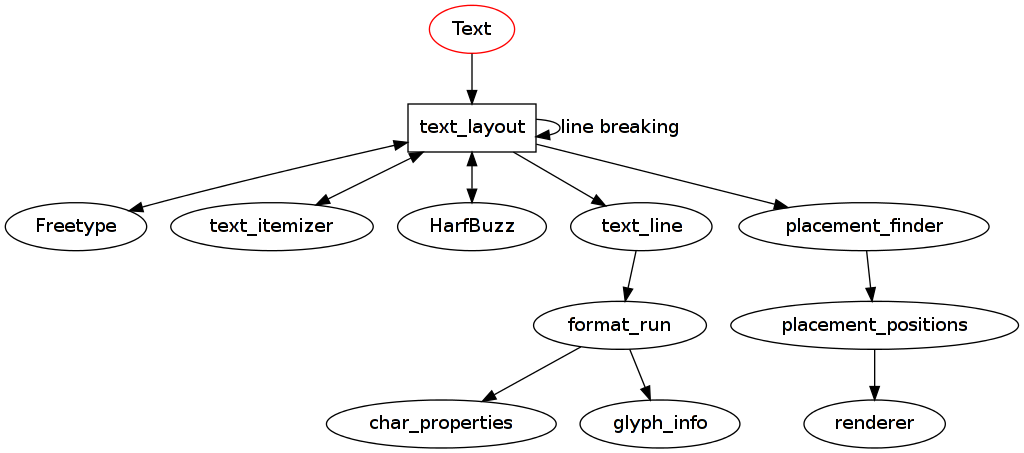
Earlier version of the Graphviz export docs/text_layout.png (mapnik/mapnik). Its source is kept beside it as docs/text_layout.gv.
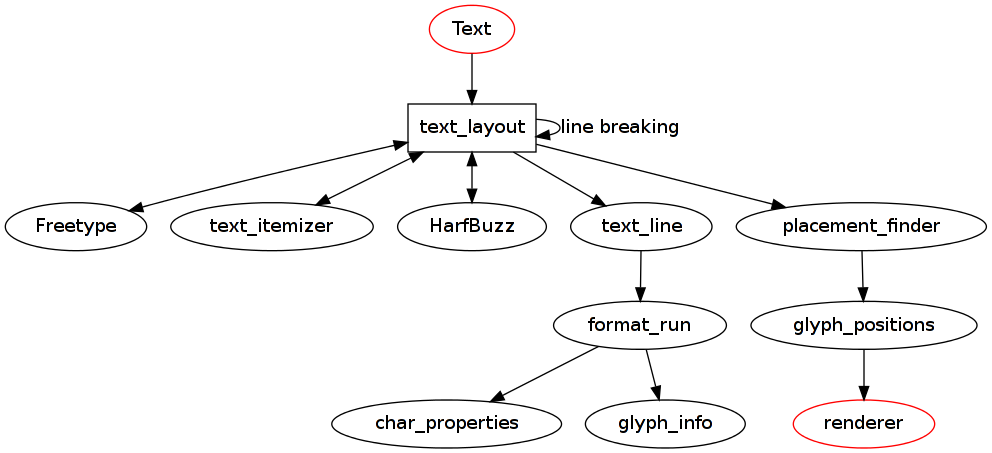
The same file after the commit.

Diff of the diagram source:
```diff
@@ -5,6 +5,7 @@
 digraph textrendering {
     Text [color=red]
     text_layout[shape=box]
+    renderer [color=red]
 
     Text -> text_layout
     text_layout -> Freetype[dir=both]
@@ -19,6 +20,7 @@
 
 
     text_layout -> placement_finder
-    placement_finder -> placement_positions
-    placement_positions -> renderer
+    placement_finder -> glyph_positions
+    glyph_positions -> renderer
+
 }
```
